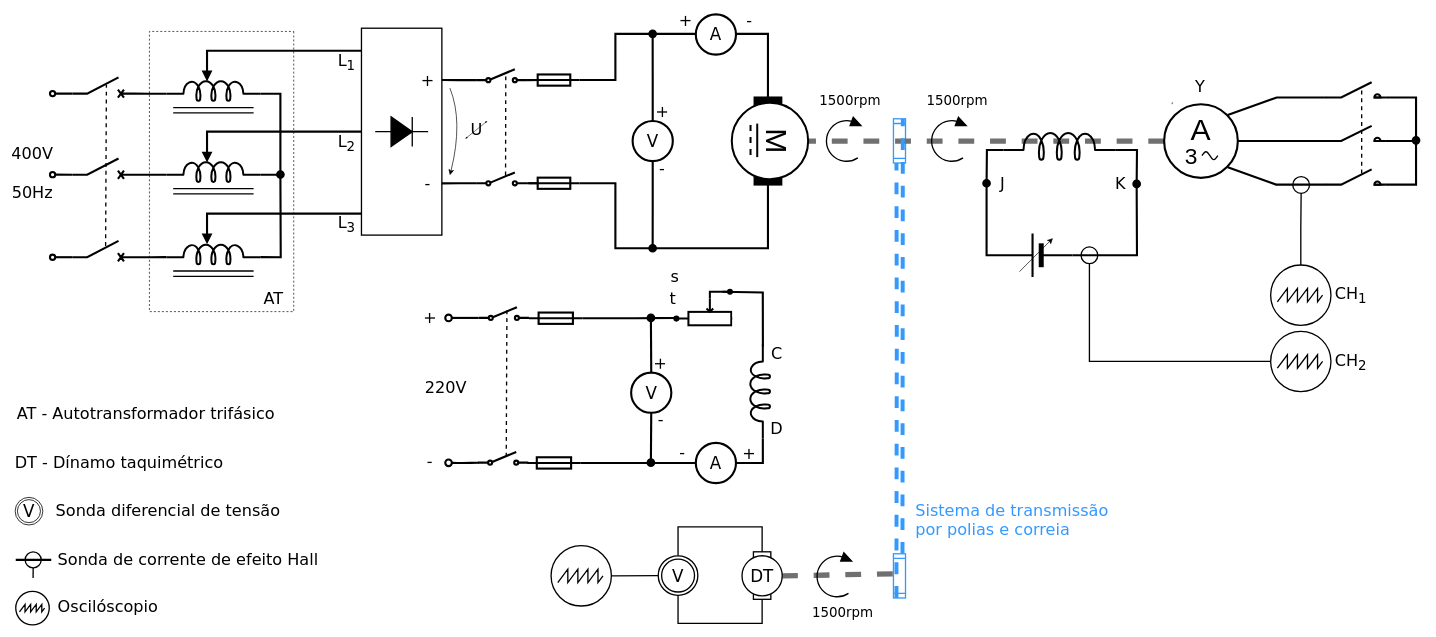
The draw.io diagram draw/TL5/MotorDC_MaqSinc.drawio in Ricardo-Luis/me-2, before the edit. Source tidied: cells renumbered, new cells numbered last; positions are measured from the earlier drawing's top-left corner, leaving out a move shared by most shapes. Both pictures are drawn from the tidied source at 67%, with x=0, y=0 at pixel (12, 14).
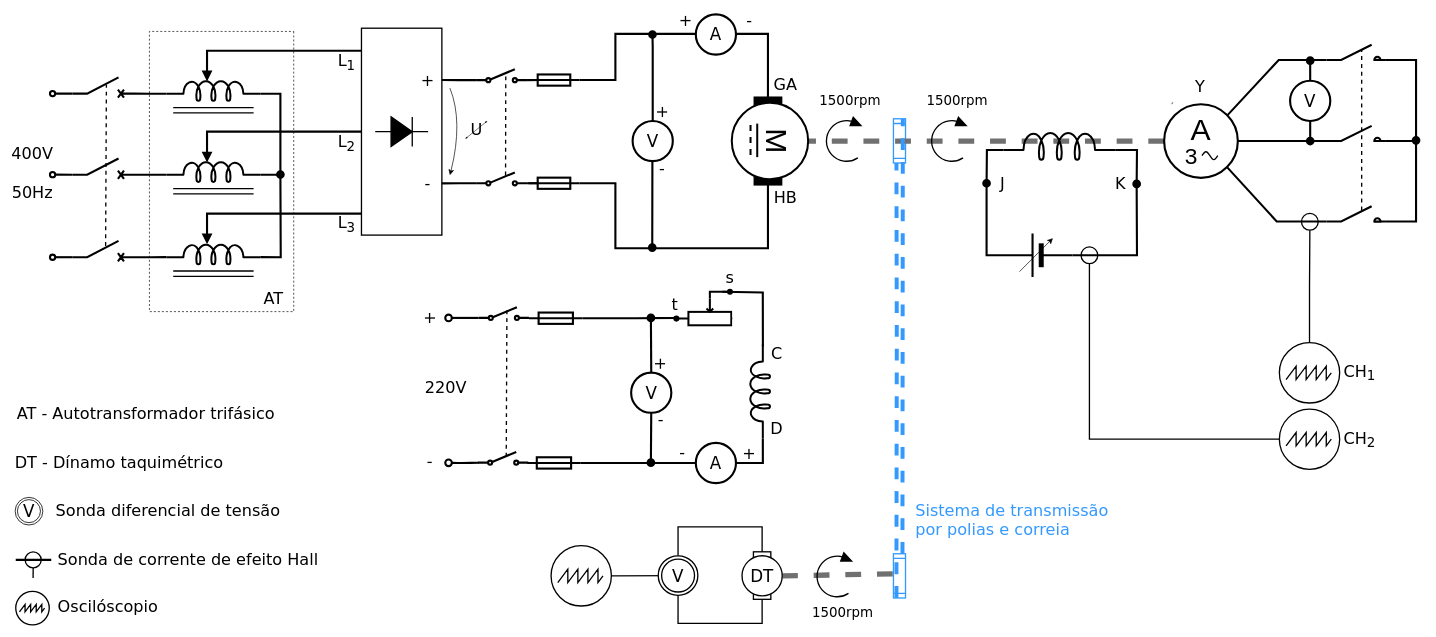
The same page after the edit.

Unchanged cells that the change refers to:
```xml
<mxCell id="36" value="&lt;font face=&quot;Verdana&quot;&gt;&lt;span style=&quot;font-size: 25px; line-height: 100%;&quot;&gt;V&lt;/span&gt;&lt;/font&gt;" style="ellipse;whiteSpace=wrap;html=1;fontFamily=Times New Roman;strokeWidth=3.1496;rotation=0;rounded=0;direction=east;" parent="1" vertex="1">
  <mxGeometry x="925.7" y="159" width="60" height="60" as="geometry" />
</mxCell>
<mxCell id="76" style="group;direction=east;flipH=0;rounded=0;" parent="1" vertex="1">
  <mxGeometry x="966" y="414" width="125" height="50" as="geometry" />
</mxCell>
<mxCell id="115" style="verticalLabelPosition=bottom;shadow=0;dashed=0;align=center;html=1;verticalAlign=top;shape=mxgraph.electrical.electro-mechanical.make_contact;strokeWidth=3.1496;" parent="114" vertex="1">
  <mxGeometry width="88.6" height="22.7" as="geometry" />
</mxCell>
<mxCell id="118" value="&lt;div style=&quot;line-height: 100%;&quot;&gt;&lt;div&gt;&lt;font style=&quot;line-height: 100%; font-size: 45px;&quot;&gt;A&lt;/font&gt;&lt;/div&gt;&lt;div&gt;&lt;font style=&quot;font-size: 34px;&quot;&gt;&lt;font style=&quot;line-height: 100%;&quot;&gt;3&amp;nbsp;&lt;/font&gt;&lt;font style=&quot;line-height: 100%;&quot;&gt;&amp;nbsp;&amp;nbsp;&lt;/font&gt;&lt;/font&gt;&lt;/div&gt;&lt;/div&gt;" style="ellipse;whiteSpace=wrap;html=1;strokeWidth=3.1496;" parent="117" vertex="1">
  <mxGeometry y="50" width="110" height="110" as="geometry" />
</mxCell>
<mxCell id="123" style="verticalLabelPosition=bottom;shadow=0;dashed=0;align=center;html=1;verticalAlign=top;shape=mxgraph.electrical.electro-mechanical.make_contact;strokeWidth=3.1496;" parent="122" vertex="1">
  <mxGeometry width="88.6" height="22.7" as="geometry" />
</mxCell>
<mxCell id="150" style="perimeter=ellipsePerimeter;verticalLabelPosition=bottom;shadow=0;dashed=0;align=center;html=1;verticalAlign=top;shape=mxgraph.electrical.instruments.oscilloscope;strokeWidth=1.9685;rounded=0;rotation=0;" parent="1" vertex="1">
  <mxGeometry x="804" y="793" width="90" height="90" as="geometry" />
</mxCell>
<mxCell id="158" style="ellipse;whiteSpace=wrap;html=1;fontFamily=Times New Roman;strokeWidth=1.9685;rounded=0;rotation=-90;direction=south;" parent="1" vertex="1">
  <mxGeometry x="964" y="808" width="59" height="59.1" as="geometry" />
</mxCell>
<mxCell id="159" value="&lt;font face=&quot;Verdana&quot;&gt;&lt;span style=&quot;font-size: 25px;&quot;&gt;V&lt;/span&gt;&lt;/font&gt;" style="ellipse;whiteSpace=wrap;html=1;fontFamily=Times New Roman;strokeWidth=1.9685;rounded=0;rotation=0;direction=south;" parent="1" vertex="1">
  <mxGeometry x="969" y="813" width="49.1" height="49.1" as="geometry" />
</mxCell>
```

The edit, as a diff of the source:
```diff
@@
+    <mxCell id="161" style="edgeStyle=none;jettySize=auto;html=1;rounded=0;endArrow=none;startFill=0;strokeWidth=1.9685;exitX=1;exitY=0.5;exitDx=0;exitDy=0;exitPerimeter=0;entryX=0.5;entryY=0.5;entryDx=0;entryDy=0;entryPerimeter=0;" parent="1" edge="1" source="150" target="159">
+      <mxGeometry relative="1" as="geometry" />
+    </mxCell>
@@
-    <mxCell id="34" style="edgeStyle=orthogonalEdgeStyle;jettySize=auto;html=1;exitX=0.5;exitY=0;exitDx=0;exitDy=0;endArrow=oval;endFill=1;endSize=9.8425;startSize=5.1181;strokeWidth=3.1496;rounded=0;" parent="1" edge="1" source="36">
-      <mxGeometry relative="1" as="geometry">
-        <mxPoint x="955.6" y="29" as="targetPoint" />
-      </mxGeometry>
-    </mxCell>
-    <mxCell id="35" style="edgeStyle=orthogonalEdgeStyle;jettySize=auto;html=1;exitX=0.5;exitY=1;exitDx=0;exitDy=0;endArrow=oval;endFill=1;endSize=9.8425;startSize=5.1181;strokeWidth=3.1496;rounded=0;" parent="1" edge="1" source="36">
-      <mxGeometry relative="1" as="geometry">
-        <mxPoint x="955.6" y="349" as="targetPoint" />
-      </mxGeometry>
-    </mxCell>
@@
     <mxCell id="75" value="&lt;font style=&quot;font-size: 24px&quot; face=&quot;Verdana&quot;&gt;s&lt;/font&gt;" style="text;html=1;strokeColor=none;fillColor=none;align=center;verticalAlign=middle;whiteSpace=wrap;rounded=0;dashed=1;" parent="1" vertex="1">
-      <mxGeometry x="969" y="382" width="40" height="20" as="geometry" />
+      <mxGeometry x="1051" y="383" width="40" height="20" as="geometry" />
     </mxCell>
@@
     <mxCell id="80" value="&lt;font style=&quot;font-size: 24px&quot; face=&quot;Verdana&quot;&gt;t&lt;/font&gt;" style="text;html=1;strokeColor=none;fillColor=none;align=center;verticalAlign=middle;whiteSpace=wrap;rounded=0;dashed=1;" parent="76" vertex="1">
-      <mxGeometry width="40" height="20" as="geometry" />
+      <mxGeometry x="3" y="10" width="40" height="20" as="geometry" />
     </mxCell>
@@
-    <mxCell id="108" style="ellipse;whiteSpace=wrap;html=1;strokeWidth=1.9685;" parent="1" vertex="1">
-      <mxGeometry x="1911" y="242" width="25" height="25" as="geometry" />
-    </mxCell>
@@
     <mxCell id="111" style="perimeter=ellipsePerimeter;verticalLabelPosition=bottom;shadow=0;dashed=0;align=center;html=1;verticalAlign=top;shape=mxgraph.electrical.instruments.oscilloscope;strokeWidth=1.9685;rounded=0;" parent="1" vertex="1">
-      <mxGeometry x="1878" y="374" width="90" height="90" as="geometry" />
+      <mxGeometry x="1891" y="490" width="90" height="90" as="geometry" />
     </mxCell>
@@
     <mxCell id="114" style="group;strokeWidth=1.1810999999999998;" parent="1" vertex="1">
-      <mxGeometry x="1961.4" y="101.3" width="88.6" height="22.7" as="geometry" />
+      <mxGeometry x="1961.4" y="45.3" width="88.6" height="22.7" as="geometry" />
     </mxCell>
@@
     <mxCell id="125" style="edgeStyle=orthogonalEdgeStyle;rounded=0;jettySize=auto;html=1;exitX=1;exitY=1;exitDx=0;exitDy=0;exitPerimeter=0;endArrow=oval;endFill=1;targetPerimeterSpacing=1.9685;endSize=9.8425;strokeWidth=3.1496;" parent="1" edge="1" source="126">
       <mxGeometry relative="1" as="geometry">
         <mxPoint x="2095" y="188" as="targetPoint" />
         <Array as="points">
-          <mxPoint x="2095" y="254" />
+          <mxPoint x="2095" y="309" />
         </Array>
       </mxGeometry>
     </mxCell>
     <mxCell id="126" style="verticalLabelPosition=bottom;shadow=0;dashed=0;align=center;html=1;verticalAlign=top;shape=mxgraph.electrical.electro-mechanical.make_contact;strokeWidth=3.1496;" parent="1" vertex="1">
-      <mxGeometry x="1961.4" y="231.3" width="88.6" height="22.7" as="geometry" />
+      <mxGeometry x="1961.4" y="286.3" width="88.6" height="22.7" as="geometry" />
     </mxCell>
     <mxCell id="127" style="verticalLabelPosition=bottom;verticalAlign=top;html=1;shape=mxgraph.basic.half_circle;direction=west;strokeWidth=3.1496;" parent="1" vertex="1">
-      <mxGeometry x="2032.8" y="249.3" width="9" height="4.7" as="geometry" />
+      <mxGeometry x="2032.8" y="304.3" width="9" height="4.7" as="geometry" />
     </mxCell>
     <mxCell id="128" style="edgeStyle=orthogonalEdgeStyle;rounded=0;jettySize=auto;html=1;exitX=1;exitY=1;exitDx=0;exitDy=0;exitPerimeter=0;entryX=1;entryY=1;entryDx=0;entryDy=0;entryPerimeter=0;endArrow=none;startFill=0;strokeWidth=3.1496;" parent="1" edge="1" source="115" target="123">
       <mxGeometry relative="1" as="geometry">
         <Array as="points">
-          <mxPoint x="2095" y="124" />
+          <mxPoint x="2095" y="68" />
           <mxPoint x="2095" y="189" />
         </Array>
       </mxGeometry>
     </mxCell>
@@
     <mxCell id="139" value="&lt;font style=&quot;font-size: 24px&quot; face=&quot;Verdana&quot;&gt;CH&lt;sub&gt;1&lt;/sub&gt;&lt;/font&gt;" style="text;html=1;strokeColor=none;fillColor=none;align=center;verticalAlign=middle;whiteSpace=wrap;rounded=0;dashed=1;" parent="1" vertex="1">
-      <mxGeometry x="1978" y="409" width="40" height="20" as="geometry" />
+      <mxGeometry x="1991" y="525" width="40" height="20" as="geometry" />
     </mxCell>
@@
     <mxCell id="141" style="perimeter=ellipsePerimeter;verticalLabelPosition=bottom;shadow=0;dashed=0;align=center;html=1;verticalAlign=top;shape=mxgraph.electrical.instruments.oscilloscope;strokeWidth=1.9685;rounded=0;" parent="1" vertex="1">
-      <mxGeometry x="1878" y="473" width="90" height="90" as="geometry" />
+      <mxGeometry x="1891" y="589" width="90" height="90" as="geometry" />
     </mxCell>
     <mxCell id="142" value="&lt;font style=&quot;font-size: 24px&quot; face=&quot;Verdana&quot;&gt;CH&lt;sub&gt;2&lt;/sub&gt;&lt;/font&gt;" style="text;html=1;strokeColor=none;fillColor=none;align=center;verticalAlign=middle;whiteSpace=wrap;rounded=0;dashed=1;" parent="1" vertex="1">
-      <mxGeometry x="1978" y="509" width="40" height="20" as="geometry" />
+      <mxGeometry x="1991" y="625" width="40" height="20" as="geometry" />
     </mxCell>
@@
-    <mxCell id="144" style="endArrow=none;html=1;rounded=0;entryX=0;entryY=1;entryDx=0;entryDy=0;entryPerimeter=0;exitX=1;exitY=0;exitDx=0;exitDy=0;strokeWidth=3.1496;" parent="1" edge="1">
+    <mxCell id="144" style="endArrow=none;html=1;rounded=0;entryX=0;entryY=1;entryDx=0;entryDy=0;entryPerimeter=0;exitX=1;exitY=0;exitDx=0;exitDy=0;strokeWidth=3.1496;" parent="1" edge="1" target="115">
       <mxGeometry relative="1" as="geometry">
         <mxPoint x="1814" y="150" as="sourcePoint" />
-        <mxPoint x="1962" y="124" as="targetPoint" />
         <Array as="points">
-          <mxPoint x="1887" y="124" />
+          <mxPoint x="1890" y="68" />
         </Array>
       </mxGeometry>
     </mxCell>
@@
-    <mxCell id="146" style="endArrow=none;html=1;rounded=0;entryX=0;entryY=1;entryDx=0;entryDy=0;entryPerimeter=0;exitX=1;exitY=1;exitDx=0;exitDy=0;strokeWidth=3.1496;" parent="1" edge="1">
-      <mxGeometry relative="1" as="geometry">
-        <mxPoint x="1814" y="228" as="sourcePoint" />
-        <mxPoint x="1962" y="254" as="targetPoint" />
-        <Array as="points">
-          <mxPoint x="1886" y="254" />
-        </Array>
-      </mxGeometry>
-    </mxCell>
@@
-    <mxCell id="161" style="edgeStyle=none;jettySize=auto;html=1;rounded=0;endArrow=none;startFill=0;strokeWidth=1.9685;exitX=1;exitY=0.5;exitDx=0;exitDy=0;exitPerimeter=0;entryX=0;entryY=0.5;entryDx=0;entryDy=0;" parent="1" edge="1" source="150" target="158">
-      <mxGeometry relative="1" as="geometry" />
-    </mxCell>
@@
+    <mxCell id="163" value="&lt;font style=&quot;font-size: 24px&quot; face=&quot;Verdana&quot;&gt;GA&lt;/font&gt;" style="text;html=1;strokeColor=none;fillColor=none;align=center;verticalAlign=middle;whiteSpace=wrap;rounded=0;dashed=1;" parent="1" vertex="1">
+      <mxGeometry x="1134" y="95" width="40" height="20" as="geometry" />
+    </mxCell>
+    <mxCell id="164" value="&lt;font style=&quot;font-size: 24px&quot; face=&quot;Verdana&quot;&gt;HB&lt;/font&gt;" style="text;html=1;strokeColor=none;fillColor=none;align=center;verticalAlign=middle;whiteSpace=wrap;rounded=0;dashed=1;" parent="1" vertex="1">
+      <mxGeometry x="1134" y="264" width="40" height="20" as="geometry" />
+    </mxCell>
+    <mxCell id="165" value="&lt;font face=&quot;Verdana&quot;&gt;&lt;span style=&quot;font-size: 25px; line-height: 100%;&quot;&gt;V&lt;/span&gt;&lt;/font&gt;" style="ellipse;whiteSpace=wrap;html=1;fontFamily=Times New Roman;strokeWidth=3.1496;rotation=0;rounded=0;direction=east;" parent="1" vertex="1">
+      <mxGeometry x="1907" y="99" width="60" height="60" as="geometry" />
+    </mxCell>
+    <mxCell id="166" style="edgeStyle=orthogonalEdgeStyle;jettySize=auto;html=1;endArrow=oval;endFill=1;endSize=9.8425;startSize=5.1181;strokeWidth=3.1496;rounded=0;exitX=0.5;exitY=0;exitDx=0;exitDy=0;" parent="1" edge="1" source="165">
+      <mxGeometry relative="1" as="geometry">
+        <mxPoint x="1937" y="69" as="targetPoint" />
+        <Array as="points">
+          <mxPoint x="1937" y="87" />
+          <mxPoint x="1937" y="87" />
+        </Array>
+      </mxGeometry>
+    </mxCell>
+    <mxCell id="167" style="edgeStyle=orthogonalEdgeStyle;jettySize=auto;html=1;endArrow=oval;endFill=1;endSize=9.8425;startSize=5.1181;strokeWidth=3.1496;rounded=0;exitX=0.5;exitY=0;exitDx=0;exitDy=0;" parent="1" edge="1" source="36">
+      <mxGeometry relative="1" as="geometry">
+        <mxPoint x="955.3" y="30" as="targetPoint" />
+        <Array as="points">
+          <mxPoint x="956" y="48" />
+        </Array>
+      </mxGeometry>
+    </mxCell>
+    <mxCell id="168" style="edgeStyle=orthogonalEdgeStyle;orthogonalLoop=1;jettySize=auto;html=1;endArrow=oval;endFill=1;endSize=9.8425;startSize=5.1181;strokeWidth=3.1496;rounded=0;" parent="1" edge="1">
+      <mxGeometry relative="1" as="geometry">
+        <mxPoint x="955.2" y="218" as="sourcePoint" />
+        <mxPoint x="955" y="348" as="targetPoint" />
+        <Array as="points">
+          <mxPoint x="955.2" y="236" />
+          <mxPoint x="955.2" y="236" />
+        </Array>
+      </mxGeometry>
+    </mxCell>
+    <mxCell id="108" style="ellipse;whiteSpace=wrap;html=1;strokeWidth=1.9685;" parent="1" vertex="1">
+      <mxGeometry x="1924" y="297" width="25" height="25" as="geometry" />
+    </mxCell>
+    <mxCell id="146" style="endArrow=none;html=1;rounded=0;exitX=1;exitY=1;exitDx=0;exitDy=0;strokeWidth=3.1496;entryX=0;entryY=1;entryDx=0;entryDy=0;entryPerimeter=0;" parent="1" edge="1" source="118" target="126">
+      <mxGeometry relative="1" as="geometry">
+        <Array as="points">
+          <mxPoint x="1887" y="309" />
+        </Array>
+      </mxGeometry>
+    </mxCell>
+    <mxCell id="169" style="edgeStyle=orthogonalEdgeStyle;orthogonalLoop=1;jettySize=auto;html=1;endArrow=oval;endFill=1;endSize=9.8425;startSize=5.1181;strokeWidth=3.1496;rounded=0;exitX=0.5;exitY=0;exitDx=0;exitDy=0;" parent="1" edge="1">
+      <mxGeometry relative="1" as="geometry">
+        <mxPoint x="1937" y="159" as="sourcePoint" />
+        <mxPoint x="1937" y="189" as="targetPoint" />
+        <Array as="points">
+          <mxPoint x="1937" y="177" />
+          <mxPoint x="1937" y="177" />
+        </Array>
+      </mxGeometry>
+    </mxCell>
```
